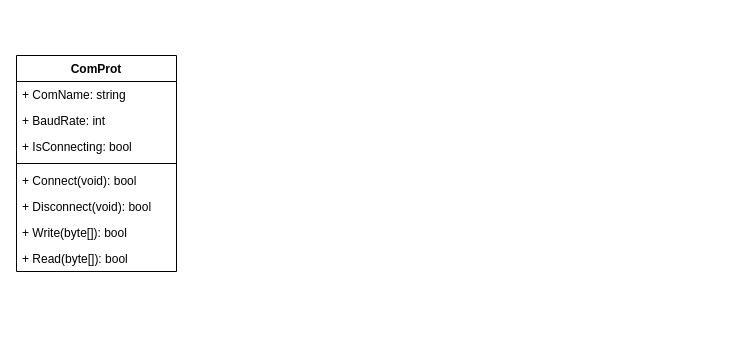
Before: page "UML Class Diagram" (5 of 5) of ADC Monitor.drawio in Jasson-Chou/SideProject, a draw.io diagram. Source tidied: cells renumbered, new cells numbered last; positions are measured from the earlier drawing's top-left corner, leaving out a move shared by most shapes. Both pictures are drawn from the tidied source at 100%, with x=0, y=0 at pixel (16, 55).
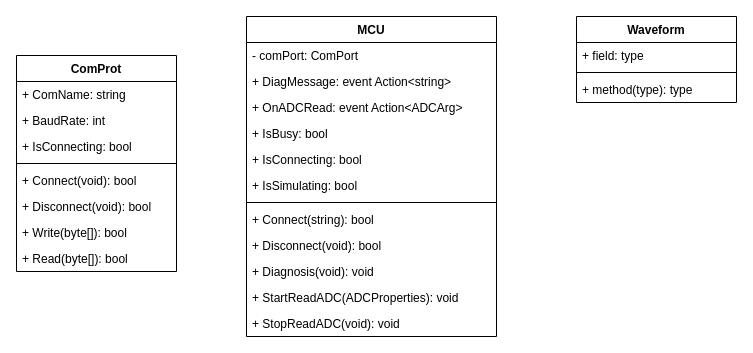
Above is the later version.

Diff of the diagram source:
```diff
@@
+    <mxCell id="11" value="MCU" style="swimlane;fontStyle=1;align=center;verticalAlign=top;horizontal=1;startSize=26;" parent="1" vertex="1">
+      <mxGeometry x="230" y="-39" width="250" height="320" as="geometry" />
+    </mxCell>
+    <mxCell id="12" value="- comPort: ComPort" style="text;strokeColor=none;fillColor=none;align=left;verticalAlign=top;spacingLeft=4;spacingRight=4;overflow=hidden;" parent="11" vertex="1">
+      <mxGeometry y="26" width="250" height="26" as="geometry" />
+    </mxCell>
+    <mxCell id="13" value="+ DiagMessage: event Action&lt;string&gt;" style="text;strokeColor=none;fillColor=none;align=left;verticalAlign=top;spacingLeft=4;spacingRight=4;overflow=hidden;" parent="11" vertex="1">
+      <mxGeometry y="52" width="250" height="26" as="geometry" />
+    </mxCell>
+    <mxCell id="14" value="+ OnADCRead: event Action&lt;ADCArg&gt;" style="text;strokeColor=none;fillColor=none;align=left;verticalAlign=top;spacingLeft=4;spacingRight=4;overflow=hidden;" parent="11" vertex="1">
+      <mxGeometry y="78" width="250" height="26" as="geometry" />
+    </mxCell>
+    <mxCell id="15" value="+ IsBusy: bool" style="text;strokeColor=none;fillColor=none;align=left;verticalAlign=top;spacingLeft=4;spacingRight=4;overflow=hidden;" parent="11" vertex="1">
+      <mxGeometry y="104" width="250" height="26" as="geometry" />
+    </mxCell>
+    <mxCell id="16" value="+ IsConnecting: bool" style="text;strokeColor=none;fillColor=none;align=left;verticalAlign=top;spacingLeft=4;spacingRight=4;overflow=hidden;" parent="11" vertex="1">
+      <mxGeometry y="130" width="250" height="26" as="geometry" />
+    </mxCell>
+    <mxCell id="17" value="+ IsSimulating: bool" style="text;strokeColor=none;fillColor=none;align=left;verticalAlign=top;spacingLeft=4;spacingRight=4;overflow=hidden;" parent="11" vertex="1">
+      <mxGeometry y="156" width="250" height="26" as="geometry" />
+    </mxCell>
+    <mxCell id="18" style="line;strokeWidth=1;fillColor=none;align=left;verticalAlign=middle;spacingTop=-1;spacingLeft=3;spacingRight=3;labelPosition=right;" parent="11" vertex="1">
+      <mxGeometry y="182" width="250" height="8" as="geometry" />
+    </mxCell>
+    <mxCell id="19" value="+ Connect(string): bool" style="text;strokeColor=none;fillColor=none;align=left;verticalAlign=top;spacingLeft=4;spacingRight=4;overflow=hidden;" parent="11" vertex="1">
+      <mxGeometry y="190" width="250" height="26" as="geometry" />
+    </mxCell>
+    <mxCell id="20" value="+ Disconnect(void): bool" style="text;strokeColor=none;fillColor=none;align=left;verticalAlign=top;spacingLeft=4;spacingRight=4;overflow=hidden;" parent="11" vertex="1">
+      <mxGeometry y="216" width="250" height="26" as="geometry" />
+    </mxCell>
+    <mxCell id="21" value="+ Diagnosis(void): void" style="text;strokeColor=none;fillColor=none;align=left;verticalAlign=top;spacingLeft=4;spacingRight=4;overflow=hidden;" parent="11" vertex="1">
+      <mxGeometry y="242" width="250" height="26" as="geometry" />
+    </mxCell>
+    <mxCell id="22" value="+ StartReadADC(ADCProperties): void" style="text;strokeColor=none;fillColor=none;align=left;verticalAlign=top;spacingLeft=4;spacingRight=4;overflow=hidden;" parent="11" vertex="1">
+      <mxGeometry y="268" width="250" height="26" as="geometry" />
+    </mxCell>
+    <mxCell id="23" value="+ StopReadADC(void): void" style="text;strokeColor=none;fillColor=none;align=left;verticalAlign=top;spacingLeft=4;spacingRight=4;overflow=hidden;" parent="11" vertex="1">
+      <mxGeometry y="294" width="250" height="26" as="geometry" />
+    </mxCell>
+    <mxCell id="24" value="Waveform" style="swimlane;fontStyle=1;align=center;verticalAlign=top;horizontal=1;startSize=26;" parent="1" vertex="1">
+      <mxGeometry x="560" y="-39" width="160" height="86" as="geometry" />
+    </mxCell>
+    <mxCell id="25" value="+ field: type" style="text;strokeColor=none;fillColor=none;align=left;verticalAlign=top;spacingLeft=4;spacingRight=4;overflow=hidden;" parent="24" vertex="1">
+      <mxGeometry y="26" width="160" height="26" as="geometry" />
+    </mxCell>
+    <mxCell id="26" style="line;strokeWidth=1;fillColor=none;align=left;verticalAlign=middle;spacingTop=-1;spacingLeft=3;spacingRight=3;labelPosition=right;" parent="24" vertex="1">
+      <mxGeometry y="52" width="160" height="8" as="geometry" />
+    </mxCell>
+    <mxCell id="27" value="+ method(type): type" style="text;strokeColor=none;fillColor=none;align=left;verticalAlign=top;spacingLeft=4;spacingRight=4;overflow=hidden;" parent="24" vertex="1">
+      <mxGeometry y="60" width="160" height="26" as="geometry" />
+    </mxCell>
```
